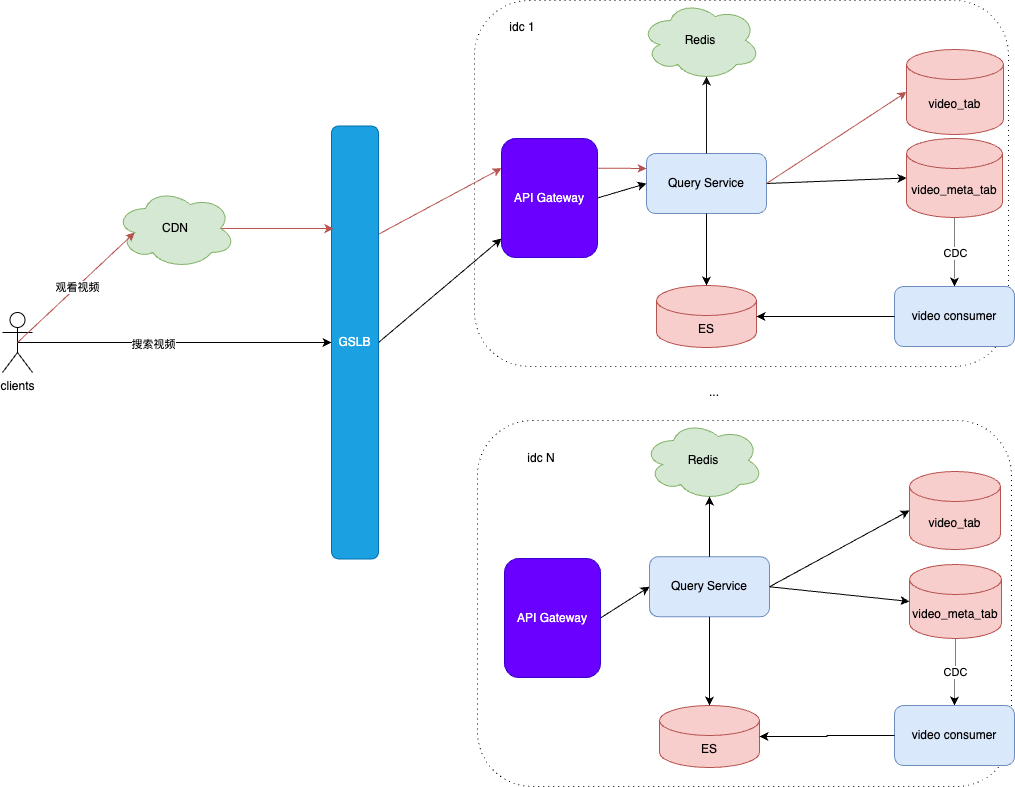
This is pictures/short_video/query.drawio.png from alikWu/system-design, a draw.io export, as it was before one commit. Source tidied: cells renumbered, new cells last; positions are measured from the earlier drawing's top-left corner, leaving out a move shared by most shapes.
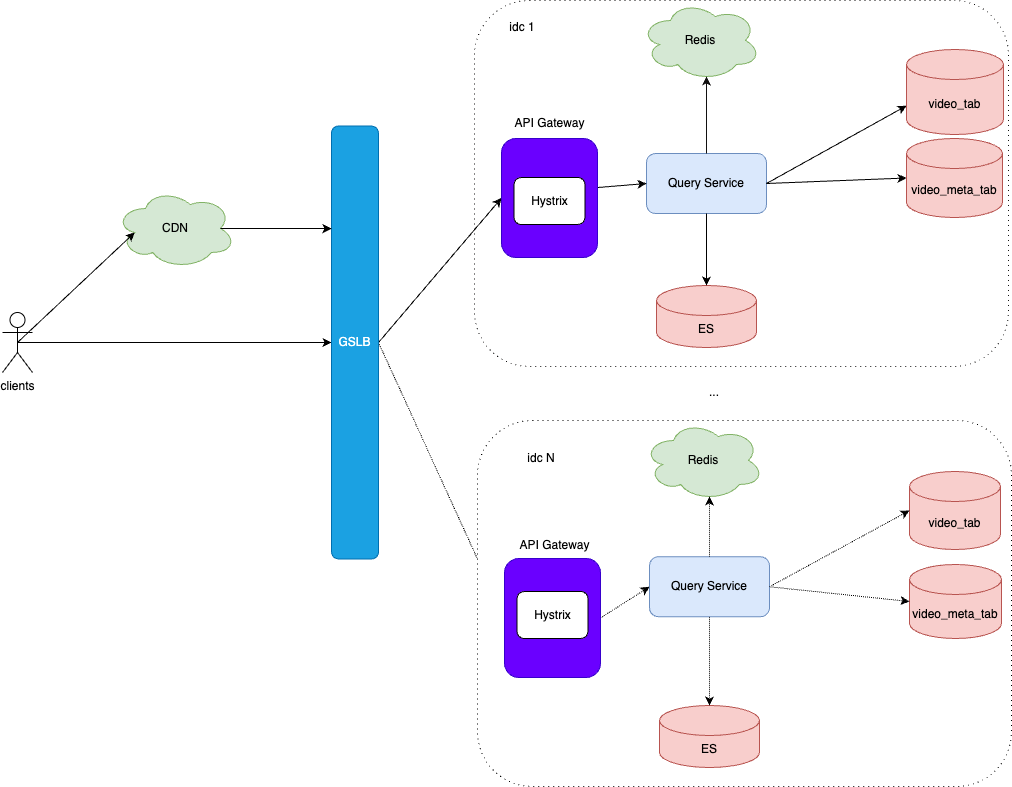
The same diagram one commit later.

The edit, as a diff of the source:
```diff
@@ -8,12 +8,6 @@
     <mxCell id="3" value="Query Service" style="rounded=1;whiteSpace=wrap;html=1;fillColor=#dae8fc;strokeColor=#6c8ebf;" parent="1" vertex="1">
       <mxGeometry x="644" y="153" width="120" height="60" as="geometry" />
     </mxCell>
-    <mxCell id="4" style="edgeStyle=orthogonalEdgeStyle;rounded=0;jettySize=auto;html=1;exitX=0.5;exitY=1;exitDx=0;exitDy=0;exitPerimeter=0;dashed=1;dashPattern=1 1;" parent="1" edge="1" source="6" target="19">
-      <mxGeometry relative="1" as="geometry" />
-    </mxCell>
-    <mxCell id="5" value="CDC" style="edgeLabel;html=1;align=center;verticalAlign=middle;" parent="4" vertex="1">
-      <mxGeometry relative="1" as="geometry" />
-    </mxCell>
     <mxCell id="6" value="video_meta_tab" style="shape=cylinder3;whiteSpace=wrap;html=1;boundedLbl=1;backgroundOutline=1;size=15;fillColor=#f8cecc;strokeColor=#b85450;" parent="1" vertex="1">
       <mxGeometry x="904" y="138" width="96" height="79" as="geometry" />
     </mxCell>
@@ -23,45 +17,33 @@
     <mxCell id="8" style="rounded=0;jettySize=auto;html=1;exitX=1;exitY=0.5;exitDx=0;exitDy=0;entryX=0;entryY=0.5;entryDx=0;entryDy=0;entryPerimeter=0;" parent="1" edge="1" source="3" target="6">
       <mxGeometry relative="1" as="geometry" />
     </mxCell>
-    <mxCell id="9" style="rounded=0;jettySize=auto;html=1;exitX=1;exitY=0.5;exitDx=0;exitDy=0;entryX=0;entryY=0.5;entryDx=0;entryDy=0;entryPerimeter=0;fillColor=#f8cecc;strokeColor=#b85450;" parent="1" edge="1" source="3" target="7">
-      <mxGeometry relative="1" as="geometry" />
-    </mxCell>
     <mxCell id="10" style="edgeStyle=orthogonalEdgeStyle;rounded=0;jettySize=auto;html=1;exitX=0.5;exitY=0.5;exitDx=0;exitDy=0;exitPerimeter=0;entryX=0;entryY=0.5;entryDx=0;entryDy=0;" parent="1" edge="1" source="11" target="14">
       <mxGeometry relative="1" as="geometry" />
     </mxCell>
     <mxCell id="11" value="clients&lt;div&gt;&lt;br&gt;&lt;/div&gt;" style="shape=umlActor;verticalLabelPosition=bottom;verticalAlign=top;html=1;outlineConnect=0;" parent="1" vertex="1">
       <mxGeometry y="312" width="30" height="60" as="geometry" />
     </mxCell>
-    <mxCell id="12" style="rounded=0;jettySize=auto;html=1;exitX=1;exitY=0.25;exitDx=0;exitDy=0;entryX=0;entryY=0.25;entryDx=0;entryDy=0;fillColor=#f8cecc;strokeColor=#b85450;" parent="1" edge="1" source="14" target="17">
-      <mxGeometry relative="1" as="geometry" />
-    </mxCell>
-    <mxCell id="13" style="rounded=0;jettySize=auto;html=1;exitX=1;exitY=0.5;exitDx=0;exitDy=0;" parent="1" edge="1" source="14" target="17">
+    <mxCell id="13" style="rounded=0;jettySize=auto;html=1;exitX=1;exitY=0.5;exitDx=0;exitDy=0;entryX=0;entryY=0.5;entryDx=0;entryDy=0;" parent="1" edge="1" source="14" target="17">
       <mxGeometry relative="1" as="geometry" />
     </mxCell>
+    <mxCell id="48" style="rounded=0;jettySize=auto;html=1;exitX=1;exitY=0.5;exitDx=0;exitDy=0;entryX=0;entryY=0.5;entryDx=0;entryDy=0;dashed=1;dashPattern=1 1;" parent="1" edge="1" source="14" target="39">
+      <mxGeometry relative="1" as="geometry" />
+    </mxCell>
     <mxCell id="14" value="GSLB" style="rounded=1;whiteSpace=wrap;html=1;fillColor=#1ba1e2;fontColor=#ffffff;strokeColor=#006EAF;" parent="1" vertex="1">
       <mxGeometry x="329" y="125.5" width="47" height="433" as="geometry" />
     </mxCell>
-    <mxCell id="15" style="rounded=0;jettySize=auto;html=1;exitX=1;exitY=0.5;exitDx=0;exitDy=0;entryX=0;entryY=0.5;entryDx=0;entryDy=0;" parent="1" edge="1" source="17" target="3">
+    <mxCell id="15" style="rounded=0;jettySize=auto;html=1;exitX=1;exitY=0.412;exitDx=0;exitDy=0;entryX=0;entryY=0.5;entryDx=0;entryDy=0;exitPerimeter=0;" parent="1" edge="1" source="17" target="3">
       <mxGeometry relative="1" as="geometry" />
     </mxCell>
-    <mxCell id="16" style="edgeStyle=orthogonalEdgeStyle;rounded=0;jettySize=auto;html=1;exitX=1;exitY=0.25;exitDx=0;exitDy=0;entryX=0;entryY=0.25;entryDx=0;entryDy=0;fillColor=#f8cecc;strokeColor=#b85450;" parent="1" edge="1" source="17" target="3">
-      <mxGeometry relative="1" as="geometry" />
-    </mxCell>
-    <mxCell id="17" value="API Gateway" style="rounded=1;whiteSpace=wrap;html=1;fillColor=#6a00ff;fontColor=#ffffff;strokeColor=#3700CC;" parent="1" vertex="1">
+    <mxCell id="17" style="rounded=1;whiteSpace=wrap;html=1;fillColor=#6a00ff;fontColor=#ffffff;strokeColor=#3700CC;" parent="1" vertex="1">
       <mxGeometry x="499" y="138" width="96" height="119" as="geometry" />
     </mxCell>
     <mxCell id="18" value="idc 1" style="text;html=1;align=center;verticalAlign=middle;whiteSpace=wrap;rounded=0;" parent="1" vertex="1">
       <mxGeometry x="490" y="12" width="60" height="30" as="geometry" />
     </mxCell>
-    <mxCell id="19" value="video consumer" style="rounded=1;whiteSpace=wrap;html=1;fillColor=#dae8fc;strokeColor=#6c8ebf;" parent="1" vertex="1">
-      <mxGeometry x="892" y="286" width="120" height="60" as="geometry" />
-    </mxCell>
     <mxCell id="20" value="ES" style="shape=cylinder3;whiteSpace=wrap;html=1;boundedLbl=1;backgroundOutline=1;size=15;fillColor=#f8cecc;strokeColor=#b85450;" parent="1" vertex="1">
       <mxGeometry x="654" y="285" width="100" height="62" as="geometry" />
     </mxCell>
-    <mxCell id="21" style="edgeStyle=orthogonalEdgeStyle;rounded=0;jettySize=auto;html=1;exitX=0;exitY=0.5;exitDx=0;exitDy=0;entryX=1;entryY=0.5;entryDx=0;entryDy=0;entryPerimeter=0;" parent="1" edge="1" source="19" target="20">
-      <mxGeometry relative="1" as="geometry" />
-    </mxCell>
     <mxCell id="22" style="edgeStyle=orthogonalEdgeStyle;rounded=0;jettySize=auto;html=1;exitX=0.5;exitY=1;exitDx=0;exitDy=0;entryX=0.5;entryY=0;entryDx=0;entryDy=0;entryPerimeter=0;" parent="1" edge="1" source="3" target="20">
       <mxGeometry relative="1" as="geometry" />
     </mxCell>
@@ -71,50 +53,28 @@
     <mxCell id="24" style="edgeStyle=orthogonalEdgeStyle;rounded=0;jettySize=auto;html=1;exitX=0.5;exitY=0;exitDx=0;exitDy=0;entryX=0.55;entryY=0.95;entryDx=0;entryDy=0;entryPerimeter=0;fillColor=#f8cecc;strokeColor=#121111;" parent="1" edge="1" source="3" target="23">
       <mxGeometry relative="1" as="geometry" />
     </mxCell>
-    <mxCell id="25" style="edgeStyle=orthogonalEdgeStyle;rounded=0;jettySize=auto;html=1;exitX=0.875;exitY=0.5;exitDx=0;exitDy=0;exitPerimeter=0;entryX=0.043;entryY=0.237;entryDx=0;entryDy=0;entryPerimeter=0;fillColor=#f8cecc;strokeColor=#b85450;" parent="1" edge="1" source="26" target="14">
-      <mxGeometry relative="1" as="geometry" />
-    </mxCell>
     <mxCell id="26" value="CDN" style="ellipse;shape=cloud;whiteSpace=wrap;html=1;fillColor=#d5e8d4;strokeColor=#82b366;" parent="1" vertex="1">
       <mxGeometry x="113" y="188" width="120" height="80" as="geometry" />
     </mxCell>
-    <mxCell id="27" style="rounded=0;jettySize=auto;html=1;exitX=0.5;exitY=0.5;exitDx=0;exitDy=0;exitPerimeter=0;entryX=0.16;entryY=0.55;entryDx=0;entryDy=0;entryPerimeter=0;fillColor=#f8cecc;strokeColor=#b85450;" parent="1" edge="1" source="11" target="26">
-      <mxGeometry relative="1" as="geometry" />
-    </mxCell>
-    <mxCell id="28" value="观看视频" style="edgeLabel;html=1;align=center;verticalAlign=middle;" parent="27" vertex="1">
-      <mxGeometry x="-0.01" relative="1" as="geometry">
-        <mxPoint x="2" y="-1" as="offset" />
-      </mxGeometry>
-    </mxCell>
-    <mxCell id="29" value="搜索视频" style="edgeLabel;html=1;align=center;verticalAlign=middle;" parent="1" vertex="1">
-      <mxGeometry x="108" y="319" as="geometry">
-        <mxPoint x="42" y="25" as="offset" />
-      </mxGeometry>
-    </mxCell>
     <mxCell id="30" style="rounded=1;whiteSpace=wrap;html=1;dashed=1;dashPattern=1 4;" parent="1" vertex="1">
       <mxGeometry x="475" y="420" width="534" height="366" as="geometry" />
     </mxCell>
     <mxCell id="31" value="Query Service" style="rounded=1;whiteSpace=wrap;html=1;fillColor=#dae8fc;strokeColor=#6c8ebf;" parent="1" vertex="1">
       <mxGeometry x="647" y="556.2" width="120" height="60" as="geometry" />
     </mxCell>
-    <mxCell id="32" style="edgeStyle=orthogonalEdgeStyle;rounded=0;jettySize=auto;html=1;exitX=0.5;exitY=1;exitDx=0;exitDy=0;exitPerimeter=0;dashed=1;dashPattern=1 1;" parent="1" edge="1" source="34" target="41">
-      <mxGeometry relative="1" as="geometry" />
-    </mxCell>
-    <mxCell id="33" value="CDC" style="edgeLabel;html=1;align=center;verticalAlign=middle;" parent="32" vertex="1">
-      <mxGeometry relative="1" as="geometry" />
-    </mxCell>
     <mxCell id="34" value="video_meta_tab" style="shape=cylinder3;whiteSpace=wrap;html=1;boundedLbl=1;backgroundOutline=1;size=15;fillColor=#f8cecc;strokeColor=#b85450;" parent="1" vertex="1">
       <mxGeometry x="907" y="564" width="92" height="74" as="geometry" />
     </mxCell>
     <mxCell id="35" value="video_tab" style="shape=cylinder3;whiteSpace=wrap;html=1;boundedLbl=1;backgroundOutline=1;size=15;fillColor=#f8cecc;strokeColor=#b85450;" parent="1" vertex="1">
       <mxGeometry x="907" y="471" width="91" height="78" as="geometry" />
     </mxCell>
-    <mxCell id="36" style="rounded=0;jettySize=auto;html=1;exitX=1;exitY=0.5;exitDx=0;exitDy=0;entryX=0;entryY=0.5;entryDx=0;entryDy=0;entryPerimeter=0;" parent="1" edge="1" source="31" target="34">
+    <mxCell id="36" style="rounded=0;jettySize=auto;html=1;exitX=1;exitY=0.5;exitDx=0;exitDy=0;entryX=0;entryY=0.5;entryDx=0;entryDy=0;entryPerimeter=0;dashed=1;dashPattern=1 1;" parent="1" edge="1" source="31" target="34">
       <mxGeometry relative="1" as="geometry" />
     </mxCell>
-    <mxCell id="37" style="rounded=0;jettySize=auto;html=1;exitX=1;exitY=0.5;exitDx=0;exitDy=0;entryX=0;entryY=0.5;entryDx=0;entryDy=0;entryPerimeter=0;" parent="1" edge="1" source="31" target="35">
+    <mxCell id="37" style="rounded=0;jettySize=auto;html=1;exitX=1;exitY=0.5;exitDx=0;exitDy=0;entryX=0;entryY=0.5;entryDx=0;entryDy=0;entryPerimeter=0;dashed=1;dashPattern=1 1;" parent="1" edge="1" source="31" target="35">
       <mxGeometry relative="1" as="geometry" />
     </mxCell>
-    <mxCell id="38" style="rounded=0;jettySize=auto;html=1;exitX=1;exitY=0.5;exitDx=0;exitDy=0;entryX=0;entryY=0.5;entryDx=0;entryDy=0;" parent="1" edge="1" source="39" target="31">
+    <mxCell id="38" style="rounded=0;jettySize=auto;html=1;exitX=1;exitY=0.5;exitDx=0;exitDy=0;entryX=0;entryY=0.5;entryDx=0;entryDy=0;dashed=1;dashPattern=1 1;" parent="1" edge="1" source="39" target="31">
       <mxGeometry relative="1" as="geometry" />
     </mxCell>
     <mxCell id="39" value="API Gateway" style="rounded=1;whiteSpace=wrap;html=1;fillColor=#6a00ff;fontColor=#ffffff;strokeColor=#3700CC;" parent="1" vertex="1">
@@ -123,26 +83,41 @@
     <mxCell id="40" value="idc N" style="text;html=1;align=center;verticalAlign=middle;whiteSpace=wrap;rounded=0;" parent="1" vertex="1">
       <mxGeometry x="509" y="443" width="60" height="30" as="geometry" />
     </mxCell>
-    <mxCell id="41" value="video consumer" style="rounded=1;whiteSpace=wrap;html=1;fillColor=#dae8fc;strokeColor=#6c8ebf;" parent="1" vertex="1">
-      <mxGeometry x="892" y="705" width="120" height="60" as="geometry" />
-    </mxCell>
     <mxCell id="42" value="ES" style="shape=cylinder3;whiteSpace=wrap;html=1;boundedLbl=1;backgroundOutline=1;size=15;fillColor=#f8cecc;strokeColor=#b85450;" parent="1" vertex="1">
       <mxGeometry x="657" y="705" width="100" height="62" as="geometry" />
     </mxCell>
-    <mxCell id="43" style="edgeStyle=orthogonalEdgeStyle;rounded=0;jettySize=auto;html=1;exitX=0;exitY=0.5;exitDx=0;exitDy=0;entryX=1;entryY=0.5;entryDx=0;entryDy=0;entryPerimeter=0;" parent="1" edge="1" source="41" target="42">
-      <mxGeometry relative="1" as="geometry" />
-    </mxCell>
-    <mxCell id="44" style="edgeStyle=orthogonalEdgeStyle;rounded=0;jettySize=auto;html=1;exitX=0.5;exitY=1;exitDx=0;exitDy=0;entryX=0.5;entryY=0;entryDx=0;entryDy=0;entryPerimeter=0;" parent="1" edge="1" source="31" target="42">
+    <mxCell id="44" style="edgeStyle=orthogonalEdgeStyle;rounded=0;jettySize=auto;html=1;exitX=0.5;exitY=1;exitDx=0;exitDy=0;entryX=0.5;entryY=0;entryDx=0;entryDy=0;entryPerimeter=0;dashed=1;dashPattern=1 1;" parent="1" edge="1" source="31" target="42">
       <mxGeometry relative="1" as="geometry" />
     </mxCell>
     <mxCell id="45" value="Redis" style="ellipse;shape=cloud;whiteSpace=wrap;html=1;fillColor=#d5e8d4;strokeColor=#82b366;" parent="1" vertex="1">
       <mxGeometry x="641" y="420" width="120" height="80" as="geometry" />
     </mxCell>
-    <mxCell id="46" style="edgeStyle=orthogonalEdgeStyle;rounded=0;jettySize=auto;html=1;exitX=0.5;exitY=0;exitDx=0;exitDy=0;entryX=0.55;entryY=0.95;entryDx=0;entryDy=0;entryPerimeter=0;" parent="1" edge="1" source="31" target="45">
+    <mxCell id="46" style="edgeStyle=orthogonalEdgeStyle;rounded=0;jettySize=auto;html=1;exitX=0.5;exitY=0;exitDx=0;exitDy=0;entryX=0.55;entryY=0.95;entryDx=0;entryDy=0;entryPerimeter=0;dashed=1;dashPattern=1 1;" parent="1" edge="1" source="31" target="45">
       <mxGeometry relative="1" as="geometry" />
     </mxCell>
     <mxCell id="47" value="..." style="text;html=1;align=center;verticalAlign=middle;whiteSpace=wrap;rounded=0;" parent="1" vertex="1">
       <mxGeometry x="682" y="377" width="60" height="30" as="geometry" />
     </mxCell>
+    <mxCell id="49" value="API Gateway" style="text;html=1;align=center;verticalAlign=middle;whiteSpace=wrap;rounded=0;" parent="1" vertex="1">
+      <mxGeometry x="504.5" y="109" width="85" height="27" as="geometry" />
+    </mxCell>
+    <mxCell id="50" value="API Gateway" style="text;html=1;align=center;verticalAlign=middle;whiteSpace=wrap;rounded=0;" parent="1" vertex="1">
+      <mxGeometry x="510" y="531.5" width="85" height="27" as="geometry" />
+    </mxCell>
+    <mxCell id="51" value="Hystrix" style="rounded=1;whiteSpace=wrap;html=1;" parent="1" vertex="1">
+      <mxGeometry x="511.5" y="177" width="71" height="47" as="geometry" />
+    </mxCell>
+    <mxCell id="52" value="Hystrix" style="rounded=1;whiteSpace=wrap;html=1;" parent="1" vertex="1">
+      <mxGeometry x="514.5" y="591" width="71" height="47" as="geometry" />
+    </mxCell>
+    <mxCell id="27" style="rounded=0;jettySize=auto;html=1;exitX=0.5;exitY=0.5;exitDx=0;exitDy=0;exitPerimeter=0;entryX=0.16;entryY=0.55;entryDx=0;entryDy=0;entryPerimeter=0;" parent="1" edge="1" source="11" target="26">
+      <mxGeometry relative="1" as="geometry" />
+    </mxCell>
+    <mxCell id="25" style="edgeStyle=orthogonalEdgeStyle;rounded=0;jettySize=auto;html=1;exitX=0.875;exitY=0.5;exitDx=0;exitDy=0;exitPerimeter=0;entryX=0;entryY=0.237;entryDx=0;entryDy=0;entryPerimeter=0;" parent="1" edge="1" source="26" target="14">
+      <mxGeometry relative="1" as="geometry" />
+    </mxCell>
+    <mxCell id="9" style="rounded=0;jettySize=auto;html=1;exitX=1;exitY=0.5;exitDx=0;exitDy=0;entryX=0;entryY=0;entryDx=0;entryDy=56.25;entryPerimeter=0;" parent="1" edge="1" source="3" target="7">
+      <mxGeometry relative="1" as="geometry" />
+    </mxCell>
   </root>
 </mxGraphModel>
```
